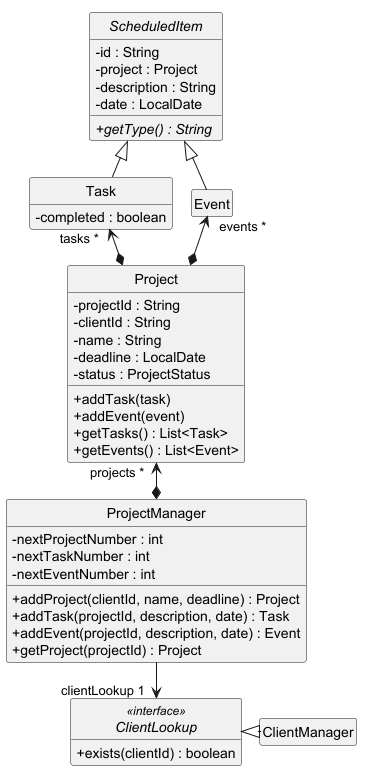
Above: docs/images/CreationModelClassDiagram.png in AY2627S1-CS2113-T10-3/tp (PlantUML), before the change.
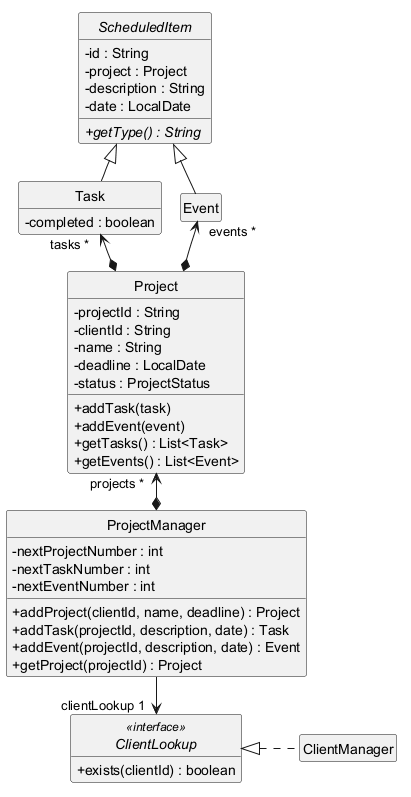
The same diagram one commit later.

Commit message:
Lengthen the ClientLookup realization arrow

The arrow from ClientManager to ClientLookup was so short that its
dashed line could not be seen, making the realization hard to read.

Add a blank label to lengthen it, since this layout engine ignores
extra dots on horizontal arrows.

Diff of the diagram source:
```diff
@@ -56,5 +56,5 @@
 
 ProjectManager *-up-> "projects *   " Project
 ProjectManager -down-> "clientLookup 1   " ClientLookup
-ClientManager .left.|> ClientLookup
+ClientManager .left.|> ClientLookup : "          "
 @enduml
```
